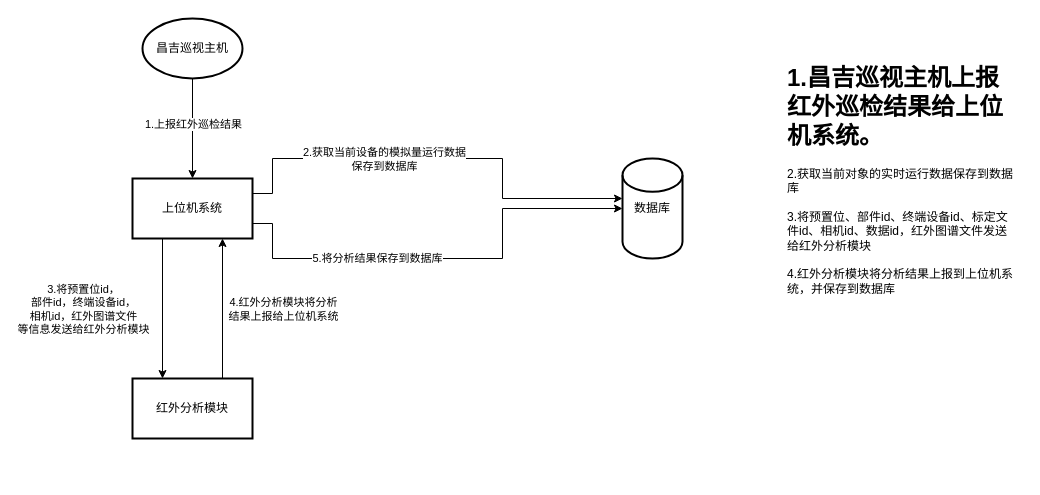
Above: 昌吉红外图谱分析流程.drawio in wangyufei0807/draw (draw.io), before the change. Source tidied: cells renumbered, new cells numbered last; positions are measured from the earlier drawing's top-left corner, leaving out a move shared by most shapes. Both pictures are drawn from the tidied source at 100%, with x=0, y=0 at pixel (132, 18).
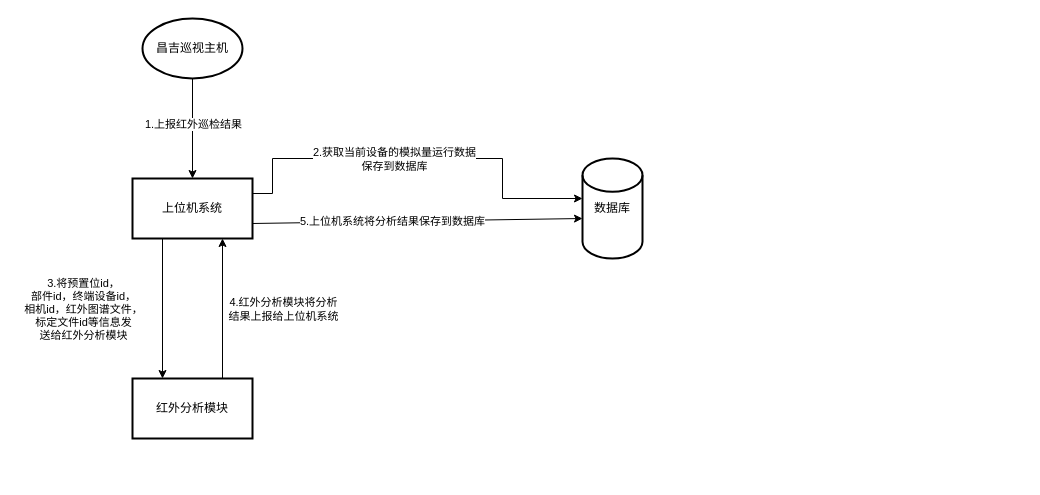
After the change.

Commit message (it also covers changes not shown here):
Update 昌吉红外图谱分析流程.drawio

Unchanged cells that the change refers to:
```xml
<mxCell id="5" style="edgeStyle=orthogonalEdgeStyle;rounded=0;jettySize=auto;html=1;exitX=0.25;exitY=1;exitDx=0;exitDy=0;entryX=0.25;entryY=0;entryDx=0;entryDy=0;" parent="1" edge="1" source="11" target="14">
  <mxGeometry relative="1" as="geometry" />
</mxCell>
<mxCell id="7" style="edgeStyle=orthogonalEdgeStyle;rounded=0;jettySize=auto;html=1;exitX=1;exitY=0.25;exitDx=0;exitDy=0;" parent="1" edge="1" source="11" target="16">
  <mxGeometry relative="1" as="geometry">
    <Array as="points">
      <mxPoint x="140" y="175" />
      <mxPoint x="140" y="140" />
      <mxPoint x="370" y="140" />
      <mxPoint x="370" y="180" />
    </Array>
  </mxGeometry>
</mxCell>
<mxCell id="11" value="上位机系统" style="whiteSpace=wrap;html=1;strokeWidth=2;" parent="1" vertex="1">
  <mxGeometry y="160" width="120" height="60" as="geometry" />
</mxCell>
```

What changed in the source:
```diff
@@
-    <mxCell id="6" value="3.将预置位id，&lt;br&gt;部件id，终端设备id，&lt;br&gt;相机id，红外图谱文件&lt;br&gt;等信息发送给红外分析模块" style="edgeLabel;html=1;align=center;verticalAlign=middle;" parent="5" vertex="1">
+    <mxCell id="6" value="3.将预置位id，&lt;br&gt;部件id，终端设备id，&lt;br&gt;相机id，红外图谱文件，&lt;br&gt;标定文件id等信息发&lt;br&gt;送给红外分析模块" style="edgeLabel;html=1;align=center;verticalAlign=middle;" parent="5" vertex="1">
       <mxGeometry x="-0.07" relative="1" as="geometry">
         <mxPoint x="-80" y="5" as="offset" />
       </mxGeometry>
     </mxCell>
@@
     <mxCell id="8" value="2.获取当前设备的模拟量运行数据&lt;br&gt;保存到数据库" style="edgeLabel;html=1;align=center;verticalAlign=middle;" parent="7" vertex="1">
       <mxGeometry x="-0.07" y="-1" relative="1" as="geometry">
-        <mxPoint x="-41" y="-1" as="offset" />
+        <mxPoint x="-12" y="-1" as="offset" />
       </mxGeometry>
     </mxCell>
-    <mxCell id="9" style="edgeStyle=orthogonalEdgeStyle;rounded=0;jettySize=auto;html=1;exitX=1;exitY=0.75;exitDx=0;exitDy=0;entryX=0;entryY=0.5;entryDx=0;entryDy=0;entryPerimeter=0;" parent="1" edge="1" source="11" target="16">
-      <mxGeometry relative="1" as="geometry">
-        <Array as="points">
-          <mxPoint x="140" y="205" />
-          <mxPoint x="140" y="240" />
-          <mxPoint x="370" y="240" />
-          <mxPoint x="370" y="190" />
-        </Array>
-      </mxGeometry>
+    <mxCell id="9" style="rounded=0;jettySize=auto;html=1;exitX=1;exitY=0.75;exitDx=0;exitDy=0;entryX=0;entryY=0.6;entryDx=0;entryDy=0;entryPerimeter=0;" parent="1" edge="1" source="11" target="16">
+      <mxGeometry relative="1" as="geometry" />
     </mxCell>
-    <mxCell id="10" value="5.将分析结果保存到数据库" style="edgeLabel;html=1;align=center;verticalAlign=middle;" parent="9" vertex="1">
-      <mxGeometry x="-0.3" y="1" relative="1" as="geometry" />
+    <mxCell id="10" value="5.上位机系统将分析结果保存到数据库" style="edgeLabel;html=1;align=center;verticalAlign=middle;" parent="9" vertex="1">
+      <mxGeometry x="-0.3" y="1" relative="1" as="geometry">
+        <mxPoint x="24" as="offset" />
+      </mxGeometry>
     </mxCell>
@@
-    <mxCell id="15" value="&lt;h1&gt;1.昌吉巡视主机上报红外巡检结果给上位机系统。&lt;/h1&gt;&lt;div&gt;2.获取当前对象的实时运行数据保存到数据库&lt;/div&gt;&lt;div&gt;&lt;br&gt;&lt;/div&gt;&lt;div&gt;3.将预置位、部件id、终端设备id、标定文件id、相机id、数据id，红外图谱文件发送给红外分析模块&lt;/div&gt;&lt;div&gt;&lt;br&gt;&lt;/div&gt;&lt;div&gt;4.红外分析模块将分析结果上报到上位机系统，并保存到数据库&lt;/div&gt;" style="text;html=1;strokeColor=none;fillColor=none;spacing=5;spacingTop=-20;whiteSpace=wrap;overflow=hidden;rounded=0;" parent="1" vertex="1">
-      <mxGeometry x="650" y="40" width="240" height="420" as="geometry" />
-    </mxCell>
     <mxCell id="16" value="数据库" style="strokeWidth=2;html=1;shape=mxgraph.flowchart.database;whiteSpace=wrap;" parent="1" vertex="1">
-      <mxGeometry x="490" y="140" width="60" height="100" as="geometry" />
+      <mxGeometry x="450" y="140" width="60" height="100" as="geometry" />
     </mxCell>
```
